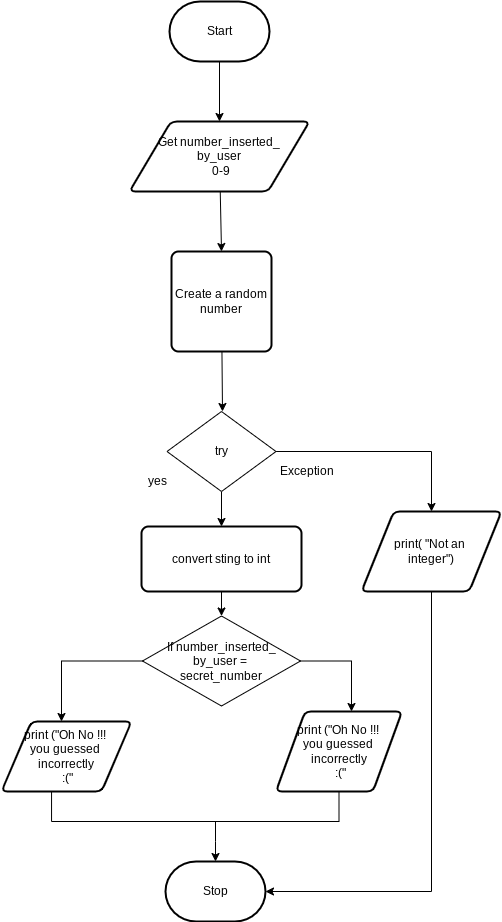
Above: flowchart.png in Huzaifa-Khalid-2/ICS3U-Unit3-06-Python (draw.io), before the change. Source tidied: cells renumbered, new cells last; positions are measured from the earlier drawing's top-left corner, leaving out a move shared by most shapes. Source of this version:
```xml
<mxGraphModel>
  <root>
    <mxCell id="0" />
    <mxCell id="1" parent="0" />
    <mxCell id="2" style="edgeStyle=none;html=1;" parent="1" edge="1" source="3" target="5">
      <mxGeometry relative="1" as="geometry" />
    </mxCell>
    <mxCell id="3" value="Start" style="strokeWidth=2;html=1;shape=mxgraph.flowchart.terminator;whiteSpace=wrap;" parent="1" vertex="1">
      <mxGeometry x="168" width="100" height="60" as="geometry" />
    </mxCell>
    <mxCell id="4" style="edgeStyle=none;html=1;" parent="1" edge="1" source="5">
      <mxGeometry relative="1" as="geometry">
        <mxPoint x="220" y="250" as="targetPoint" />
      </mxGeometry>
    </mxCell>
    <mxCell id="5" value="Get number_inserted_&lt;br&gt;by_user&lt;br&gt;&amp;nbsp;0-9" style="shape=parallelogram;html=1;strokeWidth=2;perimeter=parallelogramPerimeter;whiteSpace=wrap;rounded=1;arcSize=12;size=0.23;" parent="1" vertex="1">
      <mxGeometry x="128" y="120" width="180" height="70" as="geometry" />
    </mxCell>
    <mxCell id="6" style="edgeStyle=elbowEdgeStyle;rounded=0;html=1;fontSize=18;" parent="1" edge="1" target="7">
      <mxGeometry relative="1" as="geometry">
        <mxPoint x="214" y="820" as="sourcePoint" />
      </mxGeometry>
    </mxCell>
    <mxCell id="7" value="Stop" style="strokeWidth=2;html=1;shape=mxgraph.flowchart.terminator;whiteSpace=wrap;" parent="1" vertex="1">
      <mxGeometry x="164" y="860" width="100" height="60" as="geometry" />
    </mxCell>
    <mxCell id="8" style="edgeStyle=none;html=1;" parent="1" edge="1" source="9">
      <mxGeometry relative="1" as="geometry">
        <mxPoint x="221" y="410" as="targetPoint" />
      </mxGeometry>
    </mxCell>
    <mxCell id="9" value="Create a random number" style="rounded=1;whiteSpace=wrap;html=1;absoluteArcSize=1;arcSize=14;strokeWidth=2;" parent="1" vertex="1">
      <mxGeometry x="170" y="250" width="100" height="100" as="geometry" />
    </mxCell>
    <mxCell id="10" style="edgeStyle=elbowEdgeStyle;html=1;fontSize=18;entryX=1;entryY=0.5;entryDx=0;entryDy=0;entryPerimeter=0;rounded=0;" parent="1" edge="1" source="11" target="7">
      <mxGeometry relative="1" as="geometry">
        <Array as="points">
          <mxPoint x="430" y="710" />
          <mxPoint x="440" y="710" />
          <mxPoint x="430" y="600" />
          <mxPoint x="540" y="690" />
        </Array>
      </mxGeometry>
    </mxCell>
    <mxCell id="11" value="print( &quot;Not an &lt;br&gt;integer&quot;)" style="shape=parallelogram;html=1;strokeWidth=2;perimeter=parallelogramPerimeter;whiteSpace=wrap;rounded=1;arcSize=12;size=0.23;" parent="1" vertex="1">
      <mxGeometry x="360" y="510" width="140" height="80" as="geometry" />
    </mxCell>
    <mxCell id="12" style="edgeStyle=none;html=1;entryX=0.5;entryY=0;entryDx=0;entryDy=0;" parent="1" edge="1" source="14" target="23">
      <mxGeometry relative="1" as="geometry" />
    </mxCell>
    <mxCell id="13" style="edgeStyle=orthogonalEdgeStyle;html=1;rounded=0;" parent="1" edge="1" source="14" target="11">
      <mxGeometry relative="1" as="geometry">
        <Array as="points">
          <mxPoint x="430" y="450" />
        </Array>
      </mxGeometry>
    </mxCell>
    <mxCell id="14" value="try" style="rhombus;whiteSpace=wrap;html=1;" parent="1" vertex="1">
      <mxGeometry x="165.5" y="410" width="109" height="80" as="geometry" />
    </mxCell>
    <mxCell id="15" style="edgeStyle=orthogonalEdgeStyle;rounded=0;html=1;" parent="1" edge="1" source="17">
      <mxGeometry relative="1" as="geometry">
        <mxPoint x="60" y="720" as="targetPoint" />
      </mxGeometry>
    </mxCell>
    <mxCell id="16" style="edgeStyle=orthogonalEdgeStyle;rounded=0;html=1;" parent="1" edge="1" source="17">
      <mxGeometry relative="1" as="geometry">
        <mxPoint x="350" y="710" as="targetPoint" />
      </mxGeometry>
    </mxCell>
    <mxCell id="17" value="If number_inserted_&lt;br&gt;by_user = &lt;br&gt;secret_number" style="rhombus;whiteSpace=wrap;html=1;" parent="1" vertex="1">
      <mxGeometry x="141" y="614.5" width="158" height="90" as="geometry" />
    </mxCell>
    <mxCell id="18" value="Exception" style="text;html=1;align=center;verticalAlign=middle;strokeColor=none;fillColor=none;" parent="1" vertex="1">
      <mxGeometry x="270" y="460" width="70" height="20" as="geometry" />
    </mxCell>
    <mxCell id="19" value="yes" style="text;html=1;align=center;verticalAlign=middle;strokeColor=none;fillColor=none;" parent="1" vertex="1">
      <mxGeometry x="141" y="470" width="30" height="20" as="geometry" />
    </mxCell>
    <mxCell id="20" value="print (&quot;Oh No !!! &lt;br&gt;you guessed &lt;br&gt;incorrectly&lt;br&gt;&amp;nbsp;:(&quot;" style="shape=parallelogram;html=1;strokeWidth=2;perimeter=parallelogramPerimeter;whiteSpace=wrap;rounded=1;arcSize=12;size=0.23;" parent="1" vertex="1">
      <mxGeometry y="720" width="130" height="70" as="geometry" />
    </mxCell>
    <mxCell id="21" value="print (&quot;Oh No !!! &lt;br&gt;you guessed &lt;br&gt;incorrectly&lt;br&gt;&amp;nbsp;:(&quot;" style="shape=parallelogram;html=1;strokeWidth=2;perimeter=parallelogramPerimeter;whiteSpace=wrap;rounded=1;arcSize=12;size=0.23;" parent="1" vertex="1">
      <mxGeometry x="274.5" y="710" width="126" height="80" as="geometry" />
    </mxCell>
    <mxCell id="22" style="edgeStyle=orthogonalEdgeStyle;rounded=0;html=1;" parent="1" edge="1" source="23" target="17">
      <mxGeometry relative="1" as="geometry">
        <Array as="points">
          <mxPoint x="219" y="650" />
          <mxPoint x="219" y="650" />
        </Array>
      </mxGeometry>
    </mxCell>
    <mxCell id="23" value="convert sting to int" style="rounded=1;whiteSpace=wrap;html=1;absoluteArcSize=1;arcSize=14;strokeWidth=2;" parent="1" vertex="1">
      <mxGeometry x="140" y="525" width="160" height="65" as="geometry" />
    </mxCell>
    <mxCell id="24" style="endArrow=none;html=1;rounded=0;edgeStyle=elbowEdgeStyle;elbow=vertical;entryX=0.5;entryY=1;entryDx=0;entryDy=0;exitX=0.385;exitY=1;exitDx=0;exitDy=0;exitPerimeter=0;" parent="1" edge="1" source="20" target="21">
      <mxGeometry relative="1" as="geometry">
        <Array as="points">
          <mxPoint x="210" y="820" />
          <mxPoint x="65" y="820" />
          <mxPoint x="190" y="820" />
        </Array>
      </mxGeometry>
    </mxCell>
  </root>
</mxGraphModel>
```
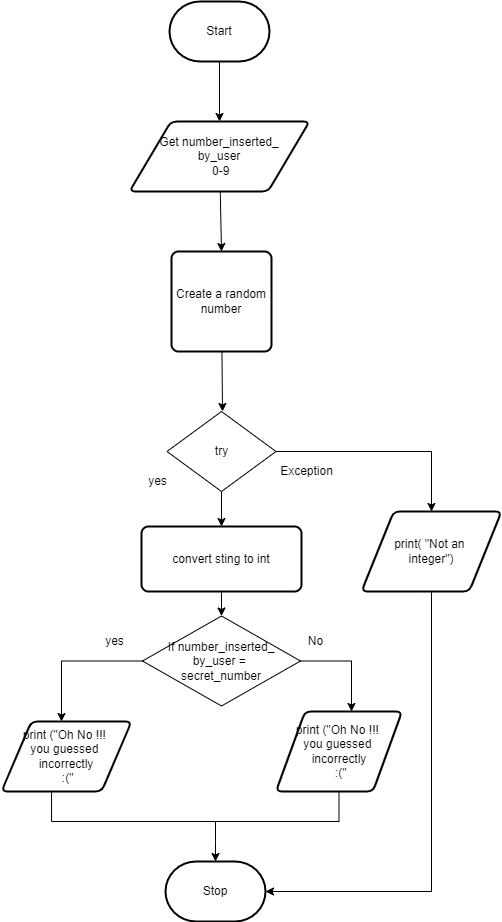
Later version of the same file.

Diff of the diagram source:
```diff
@@ -103,5 +103,11 @@
         </Array>
       </mxGeometry>
     </mxCell>
+    <mxCell id="25" value="yes" style="text;html=1;align=center;verticalAlign=middle;strokeColor=none;fillColor=none;" parent="1" vertex="1">
+      <mxGeometry x="98" y="630" width="30" height="20" as="geometry" />
+    </mxCell>
+    <mxCell id="26" value="No" style="text;html=1;align=center;verticalAlign=middle;strokeColor=none;fillColor=none;" parent="1" vertex="1">
+      <mxGeometry x="299" y="630" width="30" height="20" as="geometry" />
+    </mxCell>
   </root>
 </mxGraphModel>
```
